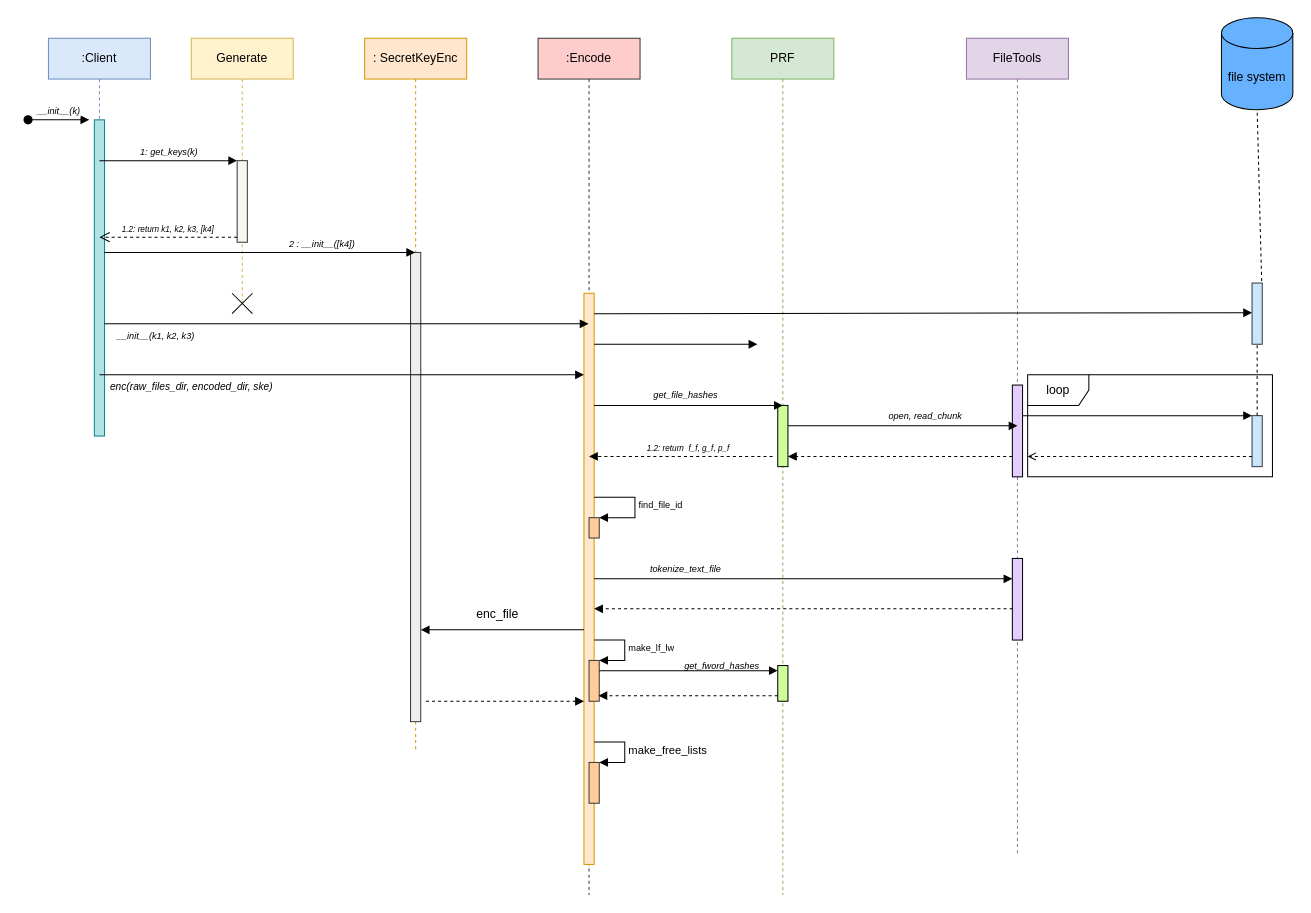
Before: page "encode_SEQUENCE_DIAGRAM" (1 of 4) of diagrams/behavioral/client-enc.drawio in thisisel/dynamic-sse, a draw.io diagram. Source tidied: cells renumbered, new cells numbered last; positions are measured from the earlier drawing's top-left corner, leaving out a move shared by most shapes. Both pictures are drawn from the tidied source at 102%, with x=0, y=0 at pixel (28, 17).
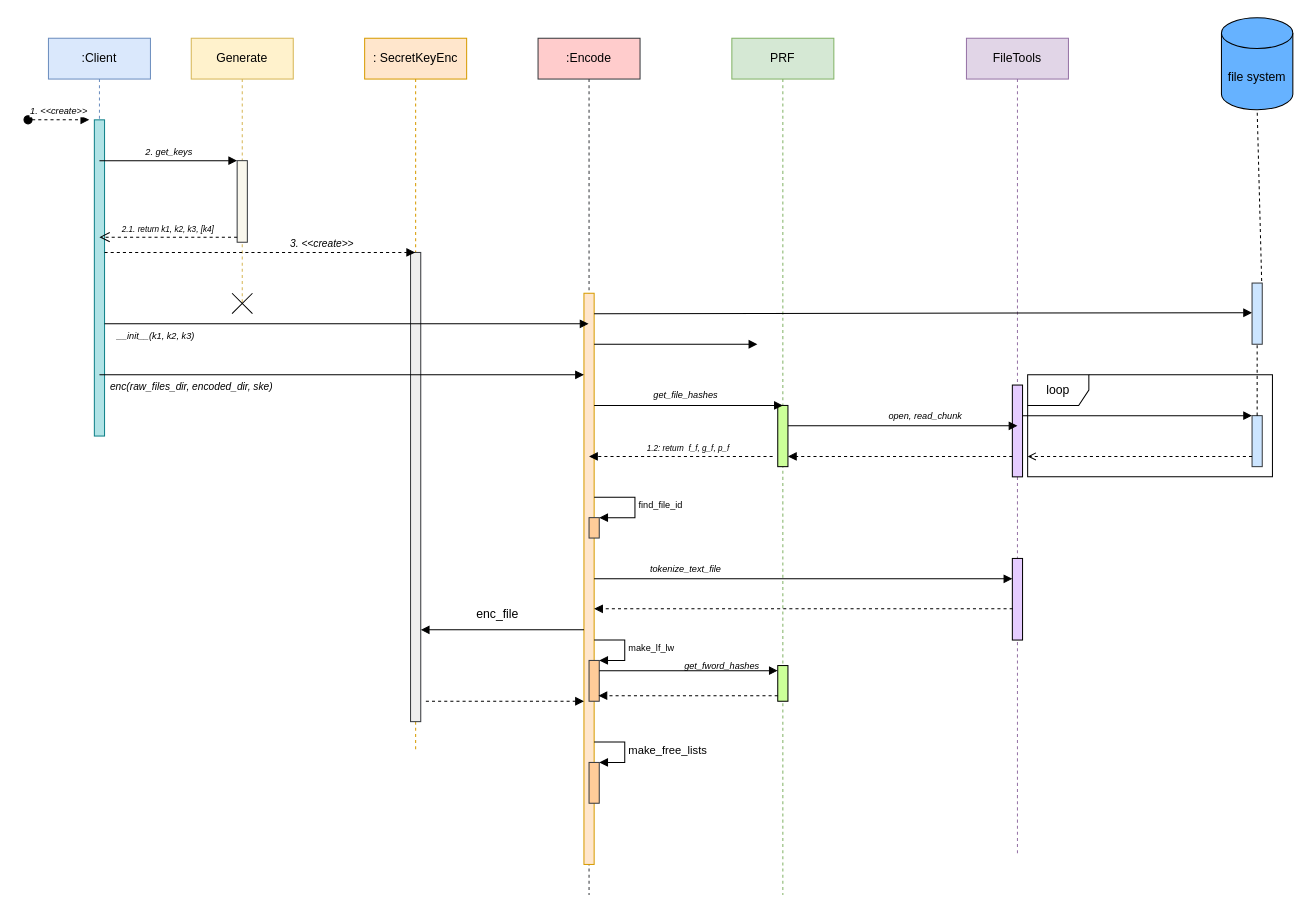
The same diagram, later.

Commit message:
:lipstick: added effected ds table while encoding

The change refers to these unchanged cells:
```xml
<mxCell id="3" value=":Client" style="shape=umlLifeline;perimeter=lifelinePerimeter;whiteSpace=wrap;html=1;newEdgeStyle={&quot;edgeStyle&quot;:&quot;elbowEdgeStyle&quot;,&quot;elbow&quot;:&quot;vertical&quot;,&quot;curved&quot;:0,&quot;rounded&quot;:0};fillColor=#dae8fc;strokeColor=#6c8ebf;" parent="1" vertex="1">
  <mxGeometry x="20" y="20" width="100" height="390" as="geometry" />
</mxCell>
<mxCell id="5" style="html=1;points=[];perimeter=orthogonalPerimeter;outlineConnect=0;targetShapes=umlLifeline;portConstraint=eastwest;newEdgeStyle={&quot;edgeStyle&quot;:&quot;elbowEdgeStyle&quot;,&quot;elbow&quot;:&quot;vertical&quot;,&quot;curved&quot;:0,&quot;rounded&quot;:0};fillColor=#b0e3e6;strokeColor=#0e8088;" parent="3" vertex="1">
  <mxGeometry x="45" y="80" width="10" height="310" as="geometry" />
</mxCell>
<mxCell id="7" style="html=1;points=[];perimeter=orthogonalPerimeter;outlineConnect=0;targetShapes=umlLifeline;portConstraint=eastwest;newEdgeStyle={&quot;edgeStyle&quot;:&quot;elbowEdgeStyle&quot;,&quot;elbow&quot;:&quot;vertical&quot;,&quot;curved&quot;:0,&quot;rounded&quot;:0};fillColor=#f9f7ed;strokeColor=#36393d;" parent="6" vertex="1">
  <mxGeometry x="45" y="120" width="10" height="80" as="geometry" />
</mxCell>
<mxCell id="10" value="&lt;font style=&quot;font-size: 12px;&quot;&gt;: SecretKeyEnc&lt;/font&gt;" style="shape=umlLifeline;perimeter=lifelinePerimeter;whiteSpace=wrap;html=1;outlineConnect=0;portConstraint=eastwest;newEdgeStyle={&quot;edgeStyle&quot;:&quot;elbowEdgeStyle&quot;,&quot;elbow&quot;:&quot;vertical&quot;,&quot;curved&quot;:0,&quot;rounded&quot;:0};fillColor=#ffe6cc;strokeColor=#d79b00;" parent="1" vertex="1">
  <mxGeometry x="330" y="20" width="100" height="700" as="geometry" />
</mxCell>
```

Change to the diagram source:
```diff
@@
-    <mxCell id="4" value="&lt;i&gt;&lt;font style=&quot;font-size: 9px;&quot;&gt;__init__(k)&lt;/font&gt;&lt;/i&gt;" style="html=1;verticalAlign=bottom;startArrow=oval;endArrow=block;startSize=8;edgeStyle=elbowEdgeStyle;elbow=vertical;curved=0;rounded=0;" parent="3" edge="1">
+    <mxCell id="4" value="&lt;i&gt;&lt;font style=&quot;font-size: 9px;&quot;&gt;1. &amp;lt;&amp;lt;create&amp;gt;&amp;gt;&lt;/font&gt;&lt;/i&gt;" style="html=1;verticalAlign=bottom;startArrow=oval;endArrow=block;startSize=8;edgeStyle=elbowEdgeStyle;elbow=vertical;curved=0;rounded=0;dashed=1;" parent="3" edge="1">
       <mxGeometry relative="1" as="geometry">
         <mxPoint x="-20" y="80" as="sourcePoint" />
         <mxPoint x="40" y="80.1" as="targetPoint" />
       </mxGeometry>
     </mxCell>
@@
-    <mxCell id="8" value="&lt;font style=&quot;font-size: 9px;&quot;&gt;&lt;i&gt;1: get_keys(k)&lt;/i&gt;&lt;/font&gt;" style="html=1;verticalAlign=bottom;endArrow=block;edgeStyle=elbowEdgeStyle;elbow=vertical;curved=0;rounded=0;" parent="1" edge="1" target="7">
+    <mxCell id="8" value="&lt;font style=&quot;font-size: 9px;&quot;&gt;&lt;i&gt;2. get_keys&lt;/i&gt;&lt;/font&gt;" style="html=1;verticalAlign=bottom;endArrow=block;edgeStyle=elbowEdgeStyle;elbow=vertical;curved=0;rounded=0;" parent="1" edge="1" target="7">
       <mxGeometry relative="1" as="geometry">
         <mxPoint x="70" y="140" as="sourcePoint" />
       </mxGeometry>
     </mxCell>
-    <mxCell id="9" value="&lt;i&gt;&lt;font style=&quot;font-size: 8px;&quot;&gt;1.2: return k1, k2, k3, [k4]&lt;/font&gt;&lt;/i&gt;" style="html=1;verticalAlign=bottom;endArrow=open;dashed=1;endSize=8;edgeStyle=elbowEdgeStyle;elbow=vertical;curved=0;rounded=0;" parent="1" edge="1" source="7">
+    <mxCell id="9" value="&lt;i&gt;&lt;font style=&quot;font-size: 8px;&quot;&gt;2.1. return k1, k2, k3, [k4]&lt;/font&gt;&lt;/i&gt;" style="html=1;verticalAlign=bottom;endArrow=open;dashed=1;endSize=8;edgeStyle=elbowEdgeStyle;elbow=vertical;curved=0;rounded=0;" parent="1" edge="1" source="7">
       <mxGeometry relative="1" as="geometry">
         <mxPoint x="70" y="215" as="targetPoint" />
         <Array as="points">
           <mxPoint x="80" y="215" />
         </Array>
       </mxGeometry>
     </mxCell>
@@
-    <mxCell id="12" value="&lt;i&gt;&lt;font style=&quot;font-size: 9px;&quot;&gt;2 : __init__([k4])&lt;/font&gt;&lt;/i&gt;" style="html=1;verticalAlign=bottom;endArrow=block;edgeStyle=elbowEdgeStyle;elbow=vertical;curved=0;rounded=0;" parent="1" edge="1" source="5" target="10">
+    <mxCell id="12" value="&lt;font size=&quot;1&quot;&gt;&lt;i&gt;3. &amp;lt;&amp;lt;create&amp;gt;&amp;gt;&lt;/i&gt;&lt;/font&gt;" style="html=1;verticalAlign=bottom;endArrow=block;edgeStyle=elbowEdgeStyle;elbow=vertical;curved=0;rounded=0;dashed=1;" parent="1" edge="1" source="5" target="10">
       <mxGeometry x="0.4" relative="1" as="geometry">
         <Array as="points">
           <mxPoint x="80" y="230" />
         </Array>
       </mxGeometry>
     </mxCell>
```
